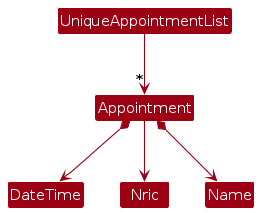
Earlier version of the PlantUML export diagrams/AppointmentClassDiagram.png (ryanongwx/tp). Its source is kept beside it as diagrams/AppointmentClassDiagram.puml.
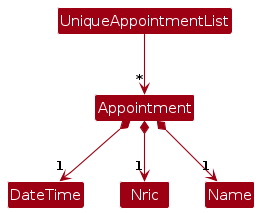
After the change.

Diff of the diagram source:
```diff
@@ -5,7 +5,7 @@
 skinparam classBackgroundColor MODEL_COLOR
 
 UniqueAppointmentList -down-> "*" Appointment
-Appointment *--> DateTime
-Appointment --> Nric
-Appointment *--> Name
+Appointment *--> "1" DateTime
+Appointment *--> "1" Nric
+Appointment *--> "1" Name
 @enduml
```
